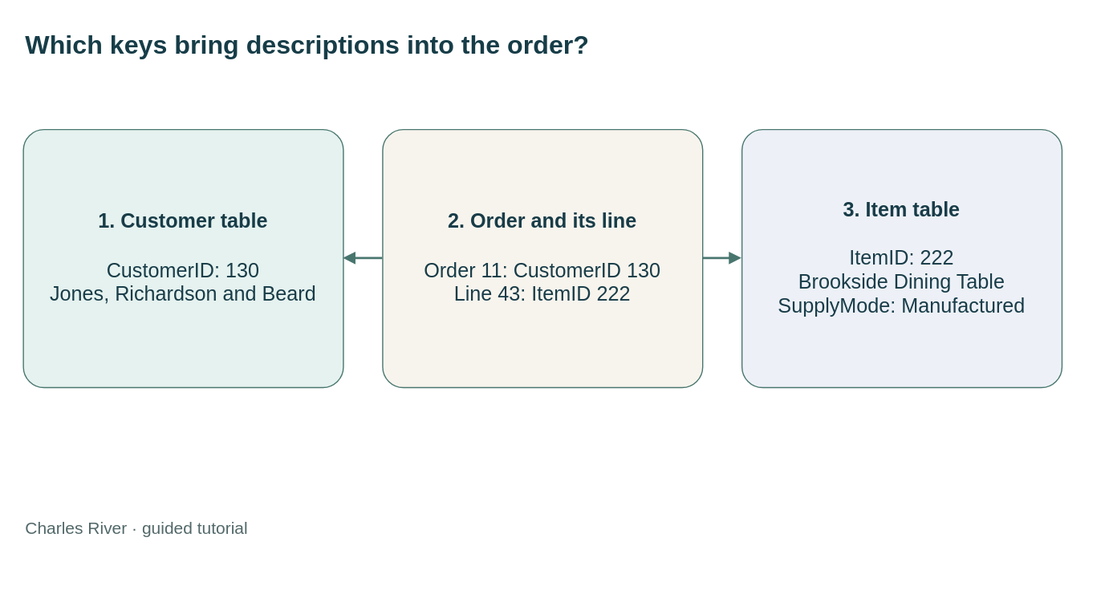
Earlier version of the draw.io export static/diagrams/tutorials/connect-the-records.svg (mmcodesso/CharlesRiver_Database). Source tidied: cells renumbered, new cells last; positions are measured from the earlier drawing's top-left corner, leaving out a move shared by most shapes.
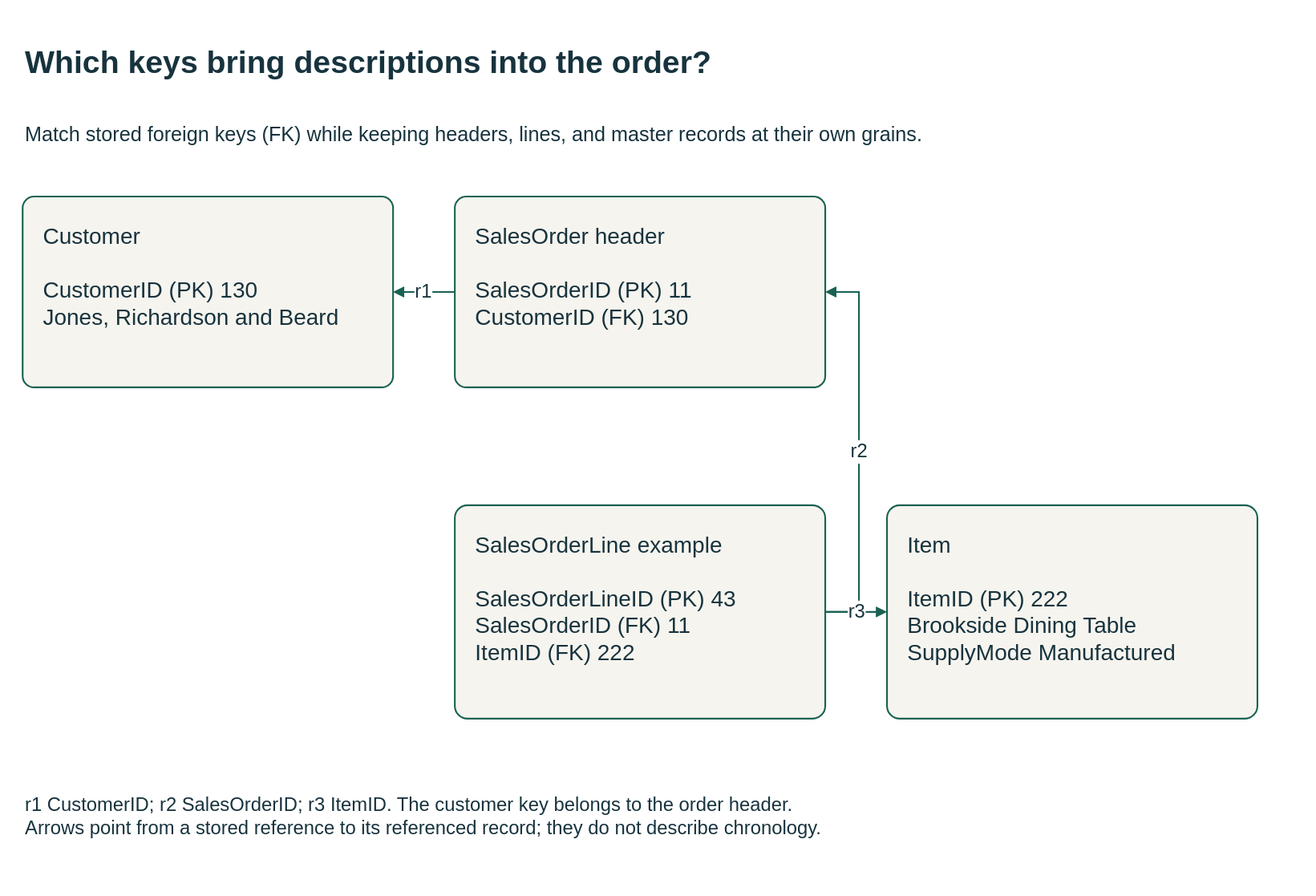
After the commit.

Diff of the diagram source:
```diff
@@ -1,27 +1,41 @@
-<mxGraphModel>
+<mxGraphModel background="#FFFFFF">
   <root>
     <mxCell id="0" />
     <mxCell id="1" parent="0" />
-    <mxCell id="2" value="Which keys bring descriptions into the order?" style="text;html=0;whiteSpace=wrap;fontSize=23;fontStyle=1;fontColor=#163d48;align=left;" parent="1" vertex="1">
-      <mxGeometry width="920" height="60" as="geometry" />
+    <mxCell id="2" value="Which keys bring descriptions into the order?" style="html=0;fontFamily=Arial;fontSize=20;fontColor=#17333e;strokeColor=#196252;strokeWidth=1.5;whiteSpace=wrap;text;strokeColor=none;fillColor=none;align=left;verticalAlign=middle;fontSize=28;fontStyle=1;" parent="1" vertex="1">
+      <mxGeometry width="1110" height="70" as="geometry" />
     </mxCell>
+    <mxCell id="9" value="Match stored foreign keys (FK) while keeping headers, lines, and master records at their own grains." style="html=0;fontFamily=Arial;fontSize=20;fontColor=#17333e;strokeColor=#196252;strokeWidth=1.5;whiteSpace=wrap;text;strokeColor=none;fillColor=none;align=left;verticalAlign=middle;fontSize=18;fontStyle=0;" parent="1" vertex="1">
+      <mxGeometry y="72" width="1110" height="55" as="geometry" />
+    </mxCell>
-    <mxCell id="3" value="&lt;b&gt;1. Customer table&lt;/b&gt;&lt;br&gt;&lt;br&gt;CustomerID: 130&lt;br&gt;Jones, Richardson and Beard" style="rounded=1;whiteSpace=wrap;html=1;fillColor=#e5f2ef;strokeColor=#48766e;fontColor=#183c48;fontSize=18;spacing=15;arcSize=8;" parent="1" vertex="1">
-      <mxGeometry y="95" width="285" height="230" as="geometry" />
+    <mxCell id="3" value="Customer&#10;&#10;CustomerID (PK) 130&#10;Jones, Richardson and Beard" style="html=0;fontFamily=Arial;fontSize=20;fontColor=#17333e;strokeColor=#196252;strokeWidth=1.5;whiteSpace=wrap;rounded=1;arcSize=6;fillColor=#f6f4ee;align=left;verticalAlign=top;spacing=18;" parent="1" vertex="1">
+      <mxGeometry y="155" width="330" height="170" as="geometry" />
     </mxCell>
-    <mxCell id="4" value="&lt;b&gt;2. Order and its line&lt;/b&gt;&lt;br&gt;&lt;br&gt;Order 11: CustomerID 130&lt;br&gt;Line 43: ItemID 222" style="rounded=1;whiteSpace=wrap;html=1;fillColor=#f7f4ed;strokeColor=#48766e;fontColor=#183c48;fontSize=18;spacing=15;arcSize=8;" parent="1" vertex="1">
-      <mxGeometry x="320" y="95" width="285" height="230" as="geometry" />
+    <mxCell id="4" value="SalesOrder header&#10;&#10;SalesOrderID (PK) 11&#10;CustomerID (FK) 130" style="html=0;fontFamily=Arial;fontSize=20;fontColor=#17333e;strokeColor=#196252;strokeWidth=1.5;whiteSpace=wrap;rounded=1;arcSize=6;fillColor=#f6f4ee;align=left;verticalAlign=top;spacing=18;" parent="1" vertex="1">
+      <mxGeometry x="385" y="155" width="330" height="170" as="geometry" />
     </mxCell>
-    <mxCell id="5" value="&lt;b&gt;3. Item table&lt;/b&gt;&lt;br&gt;&lt;br&gt;ItemID: 222&lt;br&gt;Brookside Dining Table&lt;br&gt;SupplyMode: Manufactured" style="rounded=1;whiteSpace=wrap;html=1;fillColor=#edf1f7;strokeColor=#48766e;fontColor=#183c48;fontSize=18;spacing=15;arcSize=8;" parent="1" vertex="1">
-      <mxGeometry x="640" y="95" width="285" height="230" as="geometry" />
+    <mxCell id="5" value="Item&#10;&#10;ItemID (PK) 222&#10;Brookside Dining Table&#10;SupplyMode Manufactured" style="html=0;fontFamily=Arial;fontSize=20;fontColor=#17333e;strokeColor=#196252;strokeWidth=1.5;whiteSpace=wrap;rounded=1;arcSize=6;fillColor=#f6f4ee;align=left;verticalAlign=top;spacing=18;" parent="1" vertex="1">
+      <mxGeometry x="770" y="430" width="330" height="190" as="geometry" />
     </mxCell>
+    <mxCell id="10" value="SalesOrderLine example&#10;&#10;SalesOrderLineID (PK) 43&#10;SalesOrderID (FK) 11&#10;ItemID (FK) 222" style="html=0;fontFamily=Arial;fontSize=20;fontColor=#17333e;strokeColor=#196252;strokeWidth=1.5;whiteSpace=wrap;rounded=1;arcSize=6;fillColor=#f6f4ee;align=left;verticalAlign=top;spacing=18;" parent="1" vertex="1">
+      <mxGeometry x="385" y="430" width="330" height="190" as="geometry" />
+    </mxCell>
-    <mxCell id="6" style="edgeStyle=orthogonalEdgeStyle;rounded=0;html=0;strokeColor=#48766e;strokeWidth=2;endArrow=block;endFill=1;exitX=0;exitY=0.5;entryX=1;entryY=0.5;" parent="1" edge="1" source="4" target="3">
+    <mxCell id="6" value="r1" style="html=0;fontFamily=Arial;fontSize=20;fontColor=#17333e;strokeColor=#196252;strokeWidth=1.5;whiteSpace=wrap;edgeStyle=orthogonalEdgeStyle;rounded=0;fillColor=none;fontSize=17;labelBackgroundColor=#FFFFFF;startArrow=none;endArrow=block;endFill=1;dashed=0;exitX=0;exitY=0.5;entryX=1;entryY=0.5;" parent="1" edge="1" source="4" target="3">
       <mxGeometry relative="1" as="geometry" />
     </mxCell>
-    <mxCell id="7" style="edgeStyle=orthogonalEdgeStyle;rounded=0;html=0;strokeColor=#48766e;strokeWidth=2;endArrow=block;endFill=1;exitX=1;exitY=0.5;entryX=0;entryY=0.5;" parent="1" edge="1" source="4" target="5">
-      <mxGeometry relative="1" as="geometry" />
+    <mxCell id="7" value="r2" style="html=0;fontFamily=Arial;fontSize=20;fontColor=#17333e;strokeColor=#196252;strokeWidth=1.5;whiteSpace=wrap;edgeStyle=orthogonalEdgeStyle;rounded=0;fillColor=none;fontSize=17;labelBackgroundColor=#FFFFFF;startArrow=none;endArrow=block;endFill=1;dashed=0;exitX=1;exitY=0.5;entryX=1;entryY=0.5;" parent="1" edge="1" source="10" target="4">
+      <mxGeometry relative="1" as="geometry">
+        <Array as="points">
+          <mxPoint x="745" y="525" />
+          <mxPoint x="745" y="240" />
+        </Array>
+      </mxGeometry>
     </mxCell>
+    <mxCell id="11" value="r3" style="html=0;fontFamily=Arial;fontSize=20;fontColor=#17333e;strokeColor=#196252;strokeWidth=1.5;whiteSpace=wrap;edgeStyle=orthogonalEdgeStyle;rounded=0;fillColor=none;fontSize=17;labelBackgroundColor=#FFFFFF;startArrow=none;endArrow=block;endFill=1;dashed=0;exitX=1;exitY=0.5;entryX=0;entryY=0.5;" parent="1" edge="1" source="10" target="5">
+      <mxGeometry relative="1" as="geometry" />
+    </mxCell>
-    <mxCell id="8" value="Charles River · guided tutorial" style="text;html=0;fontColor=#526869;fontSize=15;align=left;" parent="1" vertex="1">
-      <mxGeometry y="435" width="920" height="30" as="geometry" />
+    <mxCell id="8" value="r1 CustomerID; r2 SalesOrderID; r3 ItemID. The customer key belongs to the order header.&#10;Arrows point from a stored reference to its referenced record; they do not describe chronology." style="html=0;fontFamily=Arial;fontSize=20;fontColor=#17333e;strokeColor=#196252;strokeWidth=1.5;whiteSpace=wrap;text;strokeColor=none;fillColor=none;align=left;verticalAlign=middle;fontSize=17;fontStyle=0;" parent="1" vertex="1">
+      <mxGeometry y="677" width="1110" height="60" as="geometry" />
     </mxCell>
   </root>
 </mxGraphModel>
```
